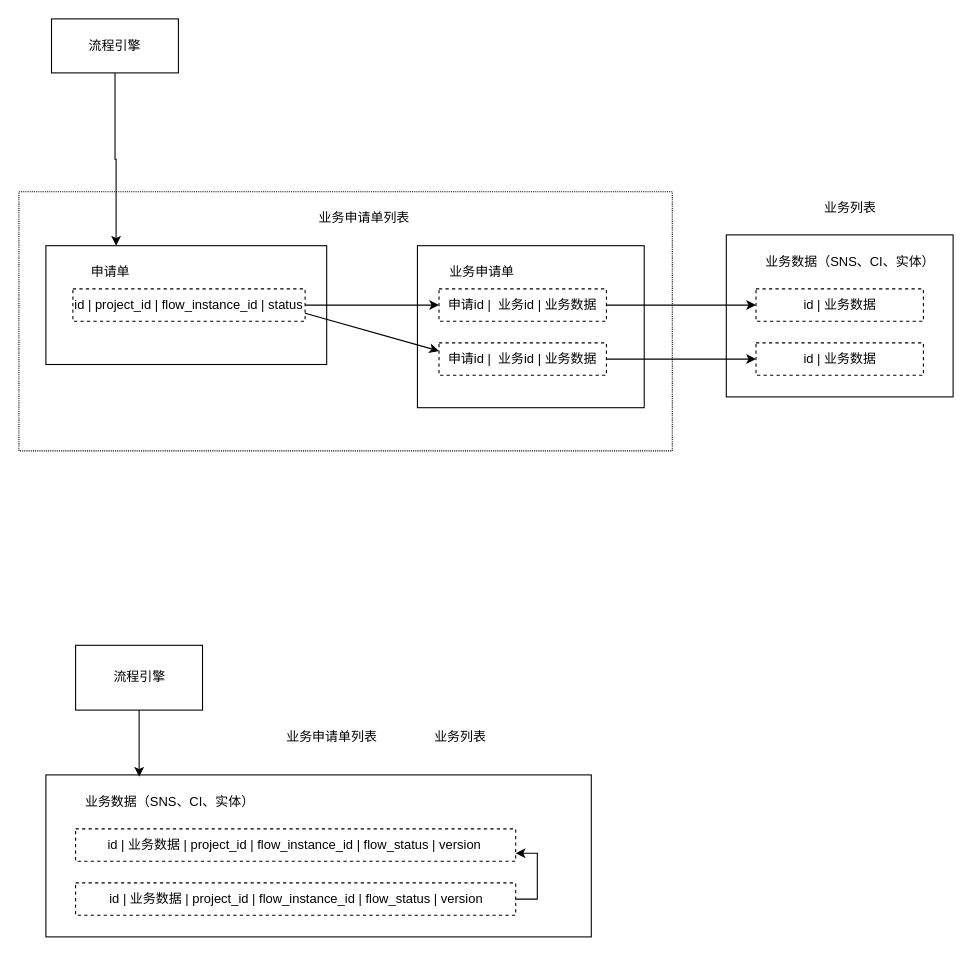
Earlier version of the draw.io diagram 体系文件协同编辑和管理工具/流程申请单设计.drawio (DemonHan/KuickBuy). Source tidied: cells renumbered, new cells numbered last; positions are measured from the earlier drawing's top-left corner, leaving out a move shared by most shapes. Both pictures are drawn from the tidied source at 108%, with x=0, y=0 at pixel (18, 18).
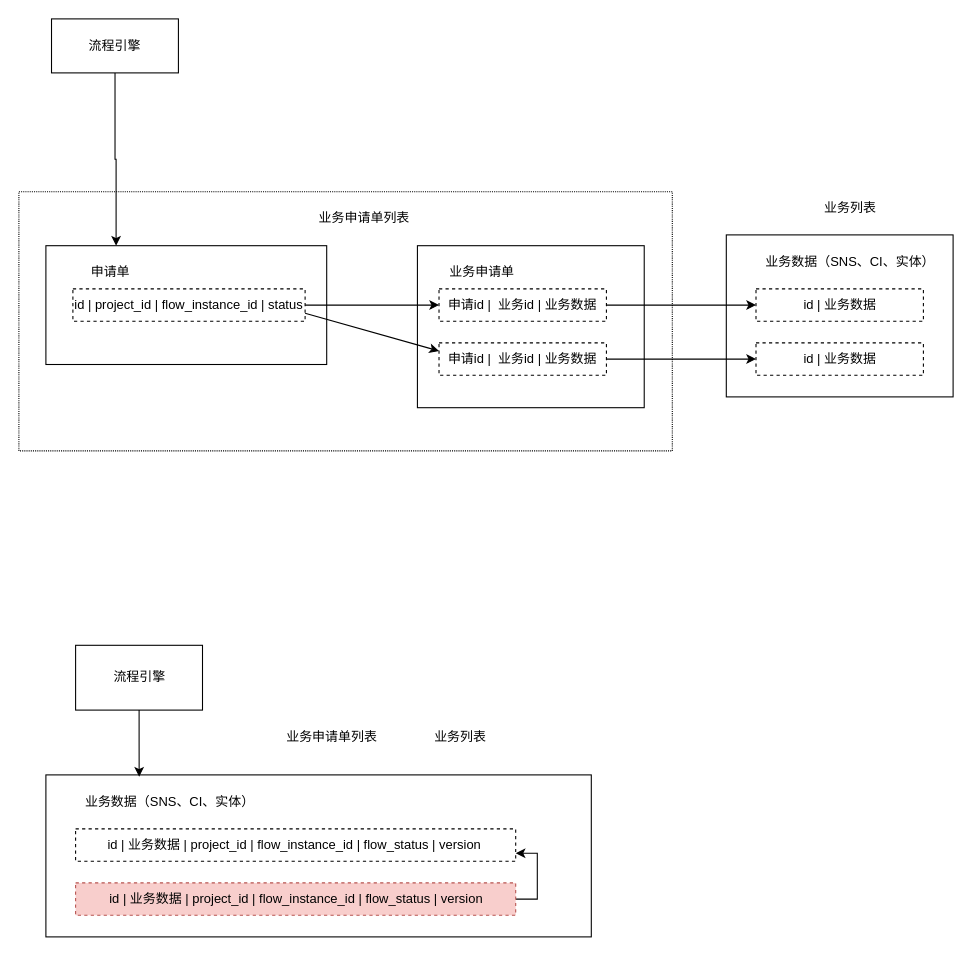
Above is the later version.

Change to the diagram source:
```diff
@@
-    <mxCell id="22" value="id |&amp;nbsp;业务数据 |&amp;nbsp;project_id | flow_instance_id | flow_status | version" style="text;html=1;align=center;verticalAlign=middle;whiteSpace=wrap;rounded=0;strokeColor=default;dashed=1;" parent="1" vertex="1">
+    <mxCell id="22" value="id |&amp;nbsp;业务数据 |&amp;nbsp;project_id | flow_instance_id | flow_status | version" style="text;html=1;align=center;verticalAlign=middle;whiteSpace=wrap;rounded=0;strokeColor=#b85450;dashed=1;fillColor=#f8cecc;" parent="1" vertex="1">
       <mxGeometry x="52.5" y="800" width="407.5" height="30" as="geometry" />
     </mxCell>
```
